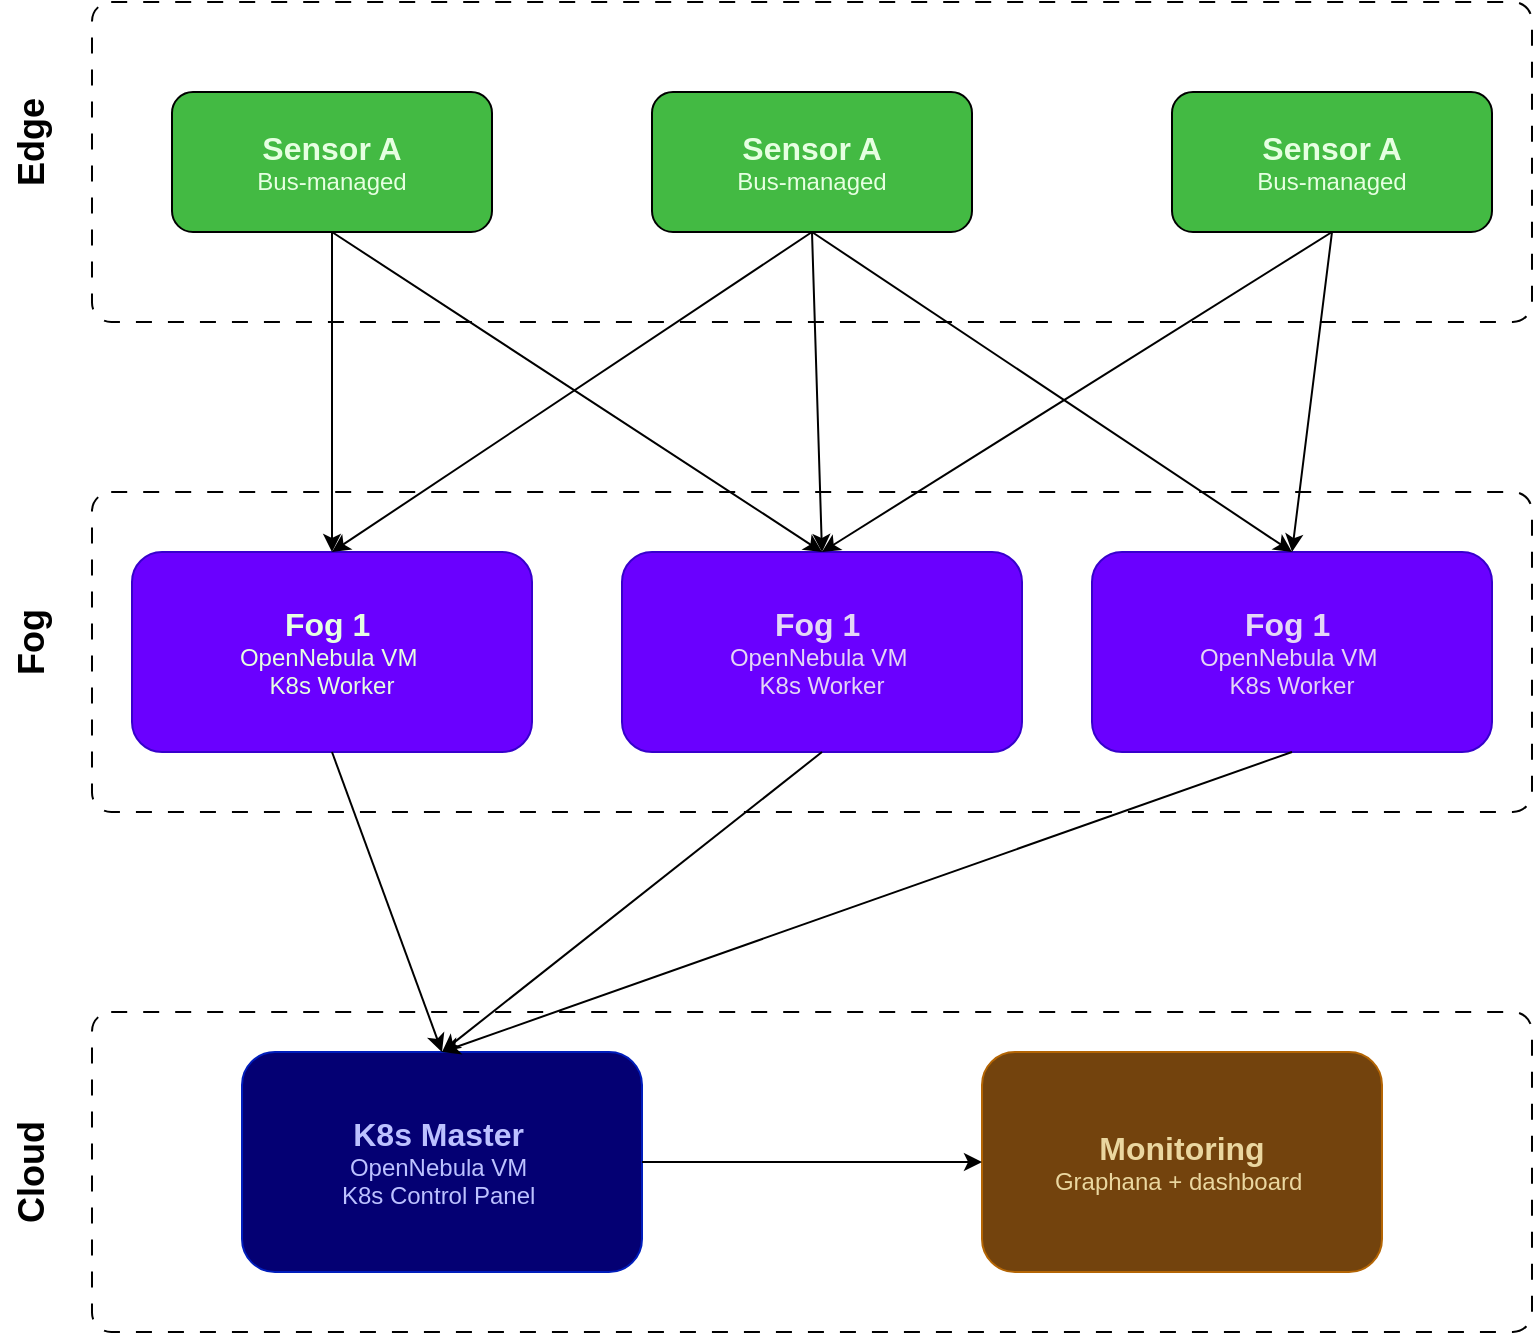
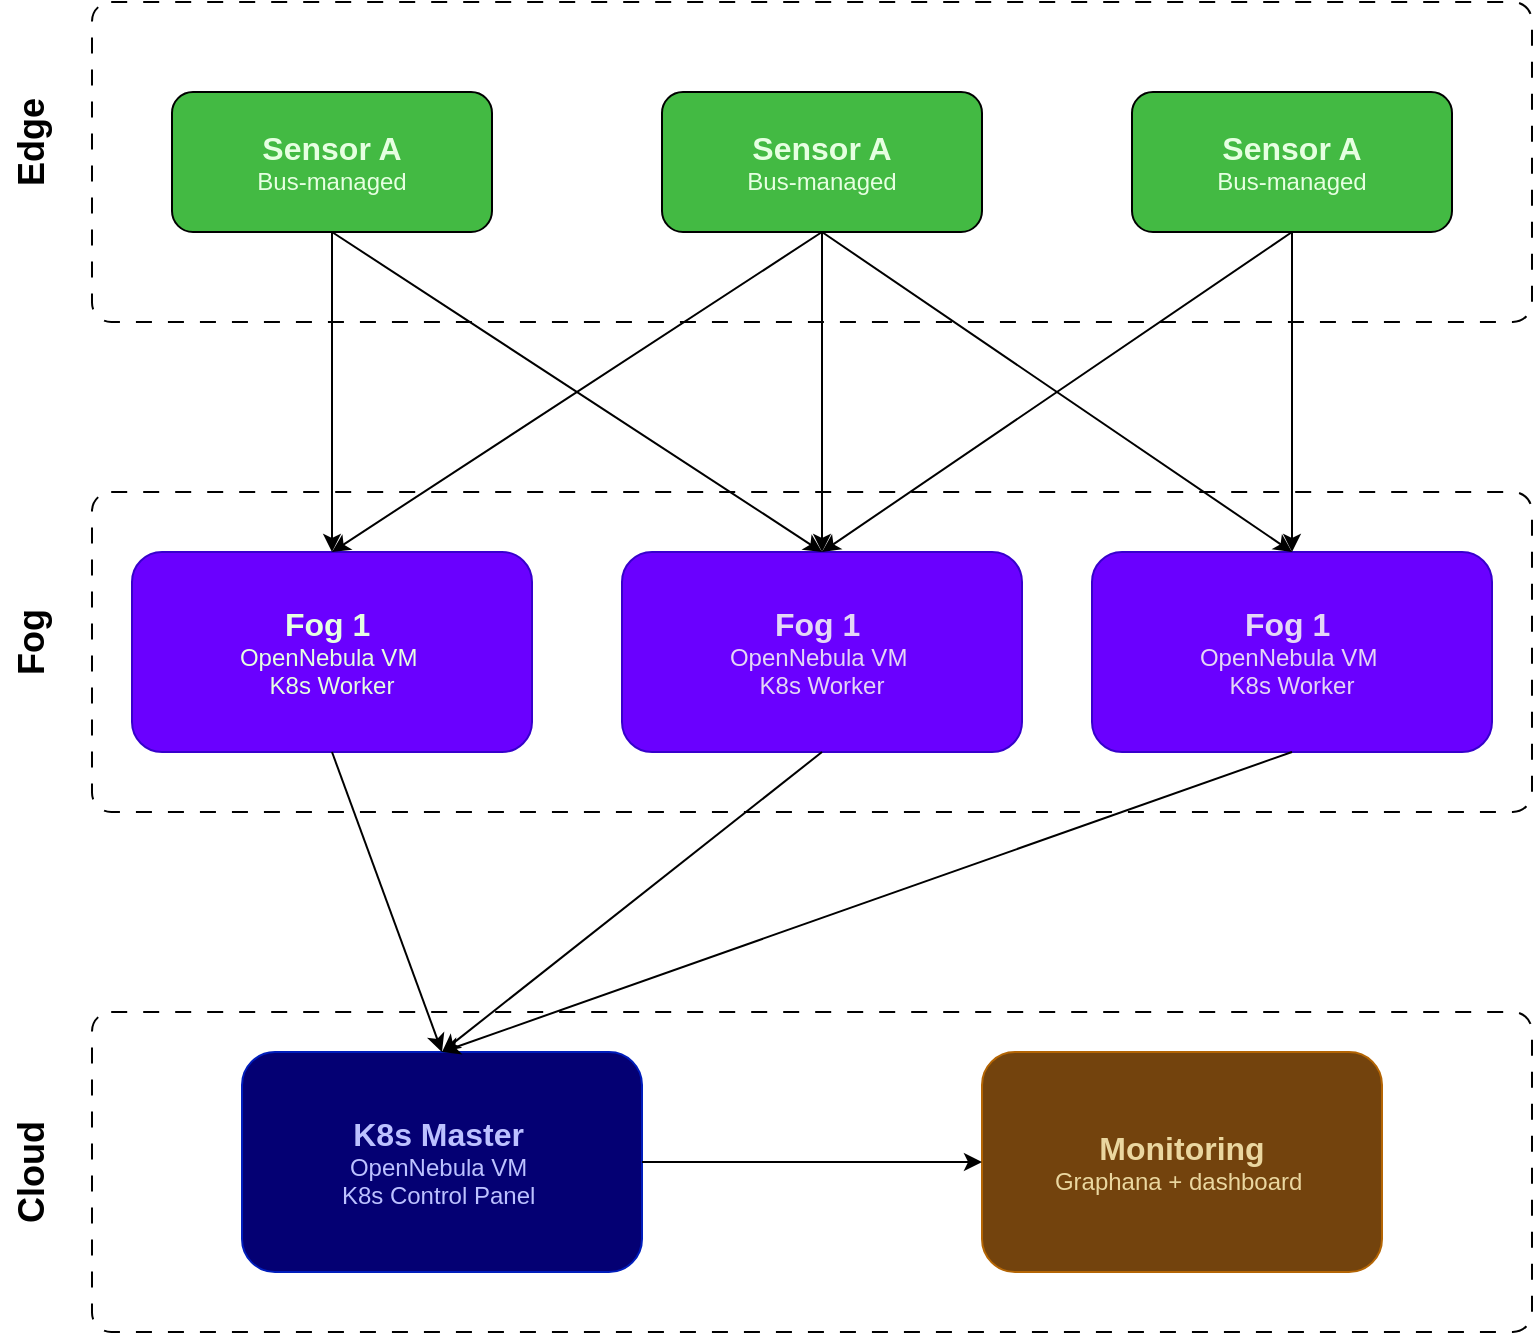
<mxfile host="app.diagrams.net">
  <diagram name="Page-1" id="_RtDyZi4ELLvnfh5VW-X">
-     <mxGraphModel dx="1414" dy="777" grid="1" gridSize="10" guides="1" tooltips="1" connect="1" arrows="1" fold="1" page="1" pageScale="1" pageWidth="850" pageHeight="1100" math="0" shadow="0">
+     <mxGraphModel dx="808" dy="444" grid="1" gridSize="10" guides="1" tooltips="1" connect="1" arrows="1" fold="1" page="1" pageScale="1" pageWidth="850" pageHeight="1100" math="0" shadow="0">
      <root>
        <mxCell id="0" />
        <mxCell id="1" parent="0" />
        <mxCell id="s7r8S3nNiemYfjiW-K3L-23" parent="1" style="rounded=1;whiteSpace=wrap;html=1;fillColor=none;dashed=1;dashPattern=8 8;arcSize=6;" value="" vertex="1">
          <mxGeometry height="160" width="720" x="60" y="590" as="geometry" />
        </mxCell>
        <mxCell id="s7r8S3nNiemYfjiW-K3L-27" parent="1" style="rounded=1;whiteSpace=wrap;html=1;fillColor=none;dashed=1;dashPattern=8 8;labelPosition=left;verticalLabelPosition=top;align=right;verticalAlign=bottom;fontColor=light-dark(#000000,#FEFEFE);arcSize=6;" value="" vertex="1">
          <mxGeometry height="160" width="720" x="60" y="85" as="geometry" />
        </mxCell>
        <mxCell id="s7r8S3nNiemYfjiW-K3L-24" parent="1" style="rounded=1;whiteSpace=wrap;html=1;fillColor=none;dashed=1;dashPattern=8 8;labelPosition=left;verticalLabelPosition=top;align=right;verticalAlign=bottom;arcSize=6;" value="&lt;div&gt;&lt;br&gt;&lt;/div&gt;" vertex="1">
          <mxGeometry height="160" width="720" x="60" y="330" as="geometry" />
        </mxCell>
        <mxCell id="Nj950ElIPJNTQFLo2fWw-1" parent="1" style="rounded=1;whiteSpace=wrap;html=1;fillColor=light-dark(#43BA43,#43BA43);fontColor=light-dark(#E6FFE1,#E6FFE1);strokeColor=default;" value="&lt;div&gt;&lt;span style=&quot;&quot;&gt;&lt;b&gt;&lt;font style=&quot;font-size: 16px;&quot; face=&quot;Helvetica&quot;&gt;Sensor A&lt;/font&gt;&lt;/b&gt;&lt;/span&gt;&lt;/div&gt;&lt;span style=&quot;&quot;&gt;Bus-managed&lt;/span&gt;" vertex="1">
          <mxGeometry height="70" width="160" x="100" y="130" as="geometry" />
        </mxCell>
        <mxCell id="Nj950ElIPJNTQFLo2fWw-2" parent="1" style="rounded=1;whiteSpace=wrap;html=1;fillColor=light-dark(#43BA43,#43BA43);fontColor=light-dark(#E6FFE1,#E6FFE1);strokeColor=default;" value="&lt;div&gt;&lt;span style=&quot;&quot;&gt;&lt;b&gt;&lt;font style=&quot;font-size: 16px;&quot; face=&quot;Helvetica&quot;&gt;Sensor A&lt;/font&gt;&lt;/b&gt;&lt;/span&gt;&lt;/div&gt;&lt;span style=&quot;&quot;&gt;Bus-managed&lt;/span&gt;" vertex="1">
-           <mxGeometry height="70" width="160" x="340" y="130" as="geometry" />
+           <mxGeometry height="70" width="160" x="345" y="130" as="geometry" />
        </mxCell>
        <mxCell id="Nj950ElIPJNTQFLo2fWw-3" parent="1" style="rounded=1;whiteSpace=wrap;html=1;fillColor=light-dark(#43BA43,#43BA43);fontColor=light-dark(#E6FFE1,#E6FFE1);strokeColor=default;" value="&lt;div&gt;&lt;span style=&quot;&quot;&gt;&lt;b&gt;&lt;font style=&quot;font-size: 16px;&quot; face=&quot;Helvetica&quot;&gt;Sensor A&lt;/font&gt;&lt;/b&gt;&lt;/span&gt;&lt;/div&gt;&lt;span style=&quot;&quot;&gt;Bus-managed&lt;/span&gt;" vertex="1">
-           <mxGeometry height="70" width="160" x="600" y="130" as="geometry" />
+           <mxGeometry height="70" width="160" x="580" y="130" as="geometry" />
        </mxCell>
        <mxCell id="Nj950ElIPJNTQFLo2fWw-4" parent="1" style="rounded=1;whiteSpace=wrap;html=1;fillColor=light-dark(#6A00FF,#6A00FF);strokeColor=#3700CC;fontColor=light-dark(#E6FFE1,#E4D6F6);" value="&lt;div&gt;&lt;span style=&quot;&quot;&gt;&lt;b&gt;&lt;font style=&quot;font-size: 16px;&quot;&gt;Fog 1&amp;nbsp;&lt;/font&gt;&lt;/b&gt;&lt;/span&gt;&lt;/div&gt;&lt;div&gt;&lt;span style=&quot;&quot;&gt;OpenNebula VM&amp;nbsp;&lt;/span&gt;&lt;/div&gt;&lt;div&gt;&lt;span style=&quot;&quot;&gt;K8s Worker&lt;/span&gt;&lt;/div&gt;" vertex="1">
          <mxGeometry height="100" width="200" x="80" y="360" as="geometry" />
        </mxCell>
        <mxCell id="s7r8S3nNiemYfjiW-K3L-3" parent="1" style="rounded=1;whiteSpace=wrap;html=1;fillColor=light-dark(#6A00FF,#6A00FF);fontColor=light-dark(#E4D6F6,#E4D6F6);strokeColor=#3700CC;" value="&lt;div&gt;&lt;span style=&quot;&quot;&gt;&lt;b&gt;&lt;font style=&quot;font-size: 16px;&quot;&gt;Fog 1&amp;nbsp;&lt;/font&gt;&lt;/b&gt;&lt;/span&gt;&lt;/div&gt;&lt;div&gt;&lt;span style=&quot;&quot;&gt;OpenNebula VM&amp;nbsp;&lt;/span&gt;&lt;/div&gt;&lt;div&gt;&lt;span style=&quot;&quot;&gt;K8s Worker&lt;/span&gt;&lt;/div&gt;" vertex="1">
          <mxGeometry height="100" width="200" x="560" y="360" as="geometry" />
        </mxCell>
        <mxCell id="s7r8S3nNiemYfjiW-K3L-5" parent="1" style="rounded=1;whiteSpace=wrap;html=1;fillColor=light-dark(#6A00FF,#6A00FF);fontColor=light-dark(#E4D6F6,#E4D6F6);strokeColor=#3700CC;" value="&lt;div&gt;&lt;span style=&quot;&quot;&gt;&lt;b&gt;&lt;font style=&quot;font-size: 16px;&quot;&gt;Fog 1&amp;nbsp;&lt;/font&gt;&lt;/b&gt;&lt;/span&gt;&lt;/div&gt;&lt;div&gt;&lt;span style=&quot;&quot;&gt;OpenNebula VM&amp;nbsp;&lt;/span&gt;&lt;/div&gt;&lt;div&gt;&lt;span style=&quot;&quot;&gt;K8s Worker&lt;/span&gt;&lt;/div&gt;" vertex="1">
          <mxGeometry height="100" width="200" x="325" y="360" as="geometry" />
        </mxCell>
        <mxCell id="s7r8S3nNiemYfjiW-K3L-8" parent="1" style="rounded=1;whiteSpace=wrap;html=1;fillColor=light-dark(#040073,#13145D);fontColor=light-dark(#BCC1FF,#BCC1FF);strokeColor=#001DBC;" value="&lt;div&gt;&lt;span style=&quot;&quot;&gt;&lt;b style=&quot;&quot;&gt;&lt;span style=&quot;&quot;&gt;&lt;font style=&quot;font-size: 16px;&quot;&gt;K8s Master&lt;/font&gt;&amp;nbsp;&lt;/span&gt;&lt;/b&gt;&lt;/span&gt;&lt;/div&gt;&lt;div&gt;&lt;span style=&quot;&quot;&gt;&lt;span style=&quot;&quot;&gt;&lt;span style=&quot;&quot;&gt;&lt;span style=&quot;&quot;&gt;&lt;span style=&quot;&quot;&gt;OpenNebula VM&amp;nbsp;&lt;/span&gt;&lt;/span&gt;&lt;span style=&quot;&quot;&gt;&lt;span style=&quot;&quot;&gt;&lt;br&gt;&lt;/span&gt;&lt;/span&gt;&lt;/span&gt;&lt;/span&gt;&lt;/span&gt;&lt;/div&gt;&lt;div&gt;&lt;span style=&quot;&quot;&gt;&lt;span style=&quot;&quot;&gt;&lt;span style=&quot;&quot;&gt;K8s Control Panel&lt;/span&gt;&lt;/span&gt;&lt;span style=&quot;&quot;&gt;&lt;span style=&quot;&quot;&gt;&amp;nbsp;&lt;/span&gt;&lt;/span&gt;&lt;/span&gt;&lt;/div&gt;" vertex="1">
          <mxGeometry height="110" width="200" x="135" y="610" as="geometry" />
        </mxCell>
        <mxCell id="s7r8S3nNiemYfjiW-K3L-9" parent="1" style="rounded=1;whiteSpace=wrap;html=1;fillColor=light-dark(#73430D,#73430D);strokeColor=#b46504;fontColor=light-dark(#EAD7A0,#EAD7A0);" value="&lt;div&gt;&lt;span style=&quot;&quot;&gt;&lt;b style=&quot;&quot;&gt;&lt;span style=&quot;&quot;&gt;&lt;font style=&quot;font-size: 16px;&quot;&gt;Monitoring&lt;/font&gt;&lt;/span&gt;&lt;/b&gt;&lt;/span&gt;&lt;/div&gt;&lt;div&gt;&lt;span style=&quot;&quot;&gt;&lt;span style=&quot;&quot;&gt;&lt;span style=&quot;&quot;&gt;Graphana + dashboard&amp;nbsp;&lt;/span&gt;&lt;/span&gt;&lt;/span&gt;&lt;/div&gt;" vertex="1">
          <mxGeometry height="110" width="200" x="505" y="610" as="geometry" />
        </mxCell>
        <mxCell id="s7r8S3nNiemYfjiW-K3L-10" edge="1" parent="1" source="Nj950ElIPJNTQFLo2fWw-1" style="endArrow=classic;html=1;rounded=0;exitX=0.5;exitY=1;exitDx=0;exitDy=0;entryX=0.5;entryY=0;entryDx=0;entryDy=0;" target="Nj950ElIPJNTQFLo2fWw-4" value="">
          <mxGeometry height="50" relative="1" width="50" as="geometry">
            <mxPoint x="120" y="300" as="sourcePoint" />
            <mxPoint x="170" y="250" as="targetPoint" />
          </mxGeometry>
        </mxCell>
        <mxCell id="s7r8S3nNiemYfjiW-K3L-11" edge="1" parent="1" source="Nj950ElIPJNTQFLo2fWw-2" style="endArrow=classic;html=1;rounded=0;exitX=0.5;exitY=1;exitDx=0;exitDy=0;entryX=0.5;entryY=0;entryDx=0;entryDy=0;" target="s7r8S3nNiemYfjiW-K3L-5" value="">
          <mxGeometry height="50" relative="1" width="50" as="geometry">
            <mxPoint x="190" y="210" as="sourcePoint" />
            <mxPoint x="200" y="330" as="targetPoint" />
          </mxGeometry>
        </mxCell>
        <mxCell id="s7r8S3nNiemYfjiW-K3L-12" edge="1" parent="1" source="Nj950ElIPJNTQFLo2fWw-3" style="endArrow=classic;html=1;rounded=0;exitX=0.5;exitY=1;exitDx=0;exitDy=0;entryX=0.5;entryY=0;entryDx=0;entryDy=0;" target="s7r8S3nNiemYfjiW-K3L-3" value="">
          <mxGeometry height="50" relative="1" width="50" as="geometry">
            <mxPoint x="430" y="210" as="sourcePoint" />
            <mxPoint x="450" y="330" as="targetPoint" />
          </mxGeometry>
        </mxCell>
        <mxCell id="s7r8S3nNiemYfjiW-K3L-15" edge="1" parent="1" source="Nj950ElIPJNTQFLo2fWw-2" style="endArrow=classic;html=1;rounded=0;entryX=0.5;entryY=0;entryDx=0;entryDy=0;exitX=0.5;exitY=1;exitDx=0;exitDy=0;" target="Nj950ElIPJNTQFLo2fWw-4" value="">
          <mxGeometry height="50" relative="1" width="50" as="geometry">
            <mxPoint x="690" y="210" as="sourcePoint" />
            <mxPoint x="200" y="330" as="targetPoint" />
          </mxGeometry>
        </mxCell>
-         <mxCell id="s7r8S3nNiemYfjiW-K3L-16" edge="1" parent="1" style="endArrow=classic;html=1;rounded=0;entryX=0.5;entryY=0;entryDx=0;entryDy=0;" target="s7r8S3nNiemYfjiW-K3L-3" value="">
+         <mxCell id="s7r8S3nNiemYfjiW-K3L-16" edge="1" parent="1" source="Nj950ElIPJNTQFLo2fWw-2" style="endArrow=classic;html=1;rounded=0;entryX=0.5;entryY=0;entryDx=0;entryDy=0;exitX=0.5;exitY=1;exitDx=0;exitDy=0;" target="s7r8S3nNiemYfjiW-K3L-3" value="">
          <mxGeometry height="50" relative="1" width="50" as="geometry">
            <mxPoint x="420" y="200" as="sourcePoint" />
            <mxPoint x="200" y="330" as="targetPoint" />
          </mxGeometry>
        </mxCell>
        <mxCell id="s7r8S3nNiemYfjiW-K3L-17" edge="1" parent="1" source="Nj950ElIPJNTQFLo2fWw-1" style="endArrow=classic;html=1;rounded=0;entryX=0.5;entryY=0;entryDx=0;entryDy=0;exitX=0.5;exitY=1;exitDx=0;exitDy=0;" target="s7r8S3nNiemYfjiW-K3L-5" value="">
          <mxGeometry height="50" relative="1" width="50" as="geometry">
            <mxPoint x="430" y="210" as="sourcePoint" />
            <mxPoint x="690" y="330" as="targetPoint" />
          </mxGeometry>
        </mxCell>
        <mxCell id="s7r8S3nNiemYfjiW-K3L-19" edge="1" parent="1" source="Nj950ElIPJNTQFLo2fWw-4" style="endArrow=classic;html=1;rounded=0;exitX=0.5;exitY=1;exitDx=0;exitDy=0;entryX=0.5;entryY=0;entryDx=0;entryDy=0;" target="s7r8S3nNiemYfjiW-K3L-8" value="">
          <mxGeometry height="50" relative="1" width="50" as="geometry">
            <mxPoint x="120" y="540" as="sourcePoint" />
            <mxPoint x="170" y="490" as="targetPoint" />
          </mxGeometry>
        </mxCell>
        <mxCell id="s7r8S3nNiemYfjiW-K3L-20" edge="1" parent="1" source="s7r8S3nNiemYfjiW-K3L-5" style="endArrow=classic;html=1;rounded=0;exitX=0.5;exitY=1;exitDx=0;exitDy=0;entryX=0.5;entryY=0;entryDx=0;entryDy=0;" target="s7r8S3nNiemYfjiW-K3L-8" value="">
          <mxGeometry height="50" relative="1" width="50" as="geometry">
            <mxPoint x="190" y="420" as="sourcePoint" />
            <mxPoint x="240" y="560" as="targetPoint" />
          </mxGeometry>
        </mxCell>
        <mxCell id="s7r8S3nNiemYfjiW-K3L-21" edge="1" parent="1" source="s7r8S3nNiemYfjiW-K3L-3" style="endArrow=classic;html=1;rounded=0;exitX=0.5;exitY=1;exitDx=0;exitDy=0;entryX=0.5;entryY=0;entryDx=0;entryDy=0;" target="s7r8S3nNiemYfjiW-K3L-8" value="">
          <mxGeometry height="50" relative="1" width="50" as="geometry">
            <mxPoint x="435" y="420" as="sourcePoint" />
            <mxPoint x="240" y="560" as="targetPoint" />
          </mxGeometry>
        </mxCell>
        <mxCell id="s7r8S3nNiemYfjiW-K3L-22" edge="1" parent="1" source="s7r8S3nNiemYfjiW-K3L-8" style="endArrow=classic;html=1;rounded=0;exitX=1;exitY=0.5;exitDx=0;exitDy=0;entryX=0;entryY=0.5;entryDx=0;entryDy=0;" target="s7r8S3nNiemYfjiW-K3L-9" value="">
          <mxGeometry height="50" relative="1" width="50" as="geometry">
            <mxPoint x="675" y="480" as="sourcePoint" />
            <mxPoint x="245" y="620" as="targetPoint" />
          </mxGeometry>
        </mxCell>
        <mxCell id="s7r8S3nNiemYfjiW-K3L-25" edge="1" parent="1" source="Nj950ElIPJNTQFLo2fWw-3" style="endArrow=classic;html=1;rounded=0;exitX=0.5;exitY=1;exitDx=0;exitDy=0;entryX=0.5;entryY=0;entryDx=0;entryDy=0;" target="s7r8S3nNiemYfjiW-K3L-5" value="">
          <mxGeometry height="50" relative="1" width="50" as="geometry">
            <mxPoint x="680" y="200" as="sourcePoint" />
            <mxPoint x="425" y="360" as="targetPoint" />
          </mxGeometry>
        </mxCell>
        <mxCell id="s7r8S3nNiemYfjiW-K3L-28" parent="1" style="text;html=1;whiteSpace=wrap;strokeColor=none;fillColor=none;align=center;verticalAlign=middle;rounded=0;rotation=-90;" value="&lt;font style=&quot;font-size: 18px;&quot;&gt;&lt;b&gt;Edge&lt;/b&gt;&lt;/font&gt;" vertex="1">
          <mxGeometry height="30" width="60" y="140" as="geometry" />
        </mxCell>
        <mxCell id="s7r8S3nNiemYfjiW-K3L-29" parent="1" style="text;html=1;whiteSpace=wrap;strokeColor=none;fillColor=none;align=center;verticalAlign=middle;rounded=0;rotation=-90;" value="&lt;div&gt;&lt;font style=&quot;font-size: 18px;&quot;&gt;&lt;b&gt;Fog&lt;/b&gt;&lt;/font&gt;&lt;/div&gt;" vertex="1">
          <mxGeometry height="30" width="60" y="390" as="geometry" />
        </mxCell>
        <mxCell id="s7r8S3nNiemYfjiW-K3L-30" parent="1" style="text;html=1;whiteSpace=wrap;strokeColor=none;fillColor=none;align=center;verticalAlign=middle;rounded=0;rotation=-90;" value="&lt;div&gt;&lt;font style=&quot;font-size: 18px;&quot;&gt;&lt;b&gt;Cloud&lt;/b&gt;&lt;/font&gt;&lt;/div&gt;" vertex="1">
          <mxGeometry height="30" width="60" y="655" as="geometry" />
        </mxCell>
      </root>
    </mxGraphModel>
  </diagram>
</mxfile>
